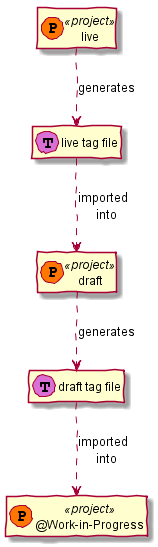
Before: inline_umlgraph_1.png, a diagram exported from PlantUML (TerryEbdon/terryebdon.github.io).
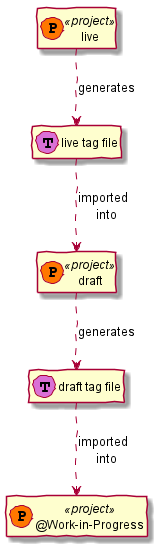
The same diagram one commit later.

Change to the diagram source:
```diff
@@ -1,5 +1,4 @@
-@startuml
-
+@startuml inline_umlgraph_1.png
 skinparam handwritten true
 hide members
 class live                  << (P,#FF7700) project >>
```
